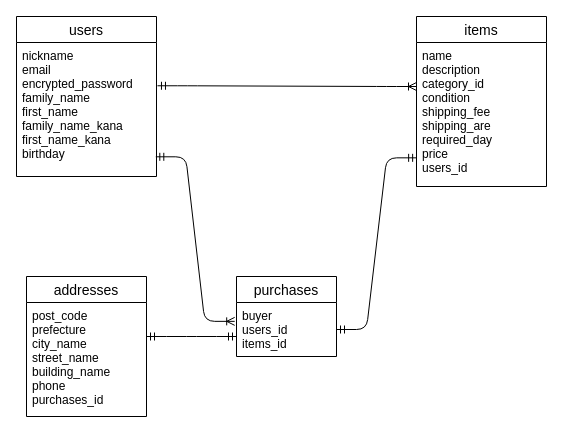
Earlier version of the draw.io diagram ER.dio (Hayashi-Satoki/furima-35238). Source tidied: cells renumbered, new cells numbered last; positions are measured from the earlier drawing's top-left corner, leaving out a move shared by most shapes. Both pictures are drawn from the tidied source at 100%, with x=0, y=0 at pixel (16, 16).
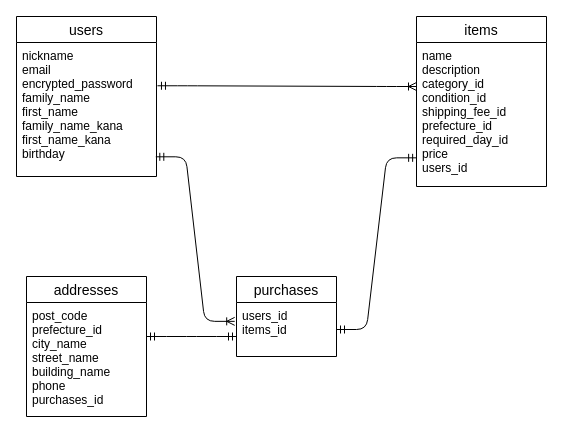
The same diagram, later.

What changed in the source:
```diff
@@
 <mxGraphModel>
   <root>
     <mxCell id="0" />
     <mxCell id="1" parent="0" />
     <mxCell id="2" value="users" style="swimlane;fontStyle=0;horizontal=1;startSize=26;align=center;fontSize=14;" parent="1" vertex="1">
       <mxGeometry width="140" height="160" as="geometry" />
     </mxCell>
     <mxCell id="3" value="nickname&#10;email&#10;encrypted_password&#10;family_name&#10;first_name&#10;family_name_kana&#10;first_name_kana&#10;birthday" style="text;strokeColor=none;fillColor=none;spacingLeft=4;spacingRight=4;overflow=hidden;points=[[0,0.5],[1,0.5]];portConstraint=eastwest;fontSize=12;" parent="2" vertex="1">
       <mxGeometry y="26" width="140" height="134" as="geometry" />
     </mxCell>
     <mxCell id="4" value="items" style="swimlane;fontStyle=0;horizontal=1;startSize=26;align=center;fontSize=14;" parent="1" vertex="1">
       <mxGeometry x="400" width="130" height="170" as="geometry" />
     </mxCell>
-    <mxCell id="5" value="name&#10;description&#10;category_id&#10;condition&#10;shipping_fee&#10;shipping_are&#10;required_day&#10;price&#10;users_id" style="text;strokeColor=none;fillColor=none;spacingLeft=4;spacingRight=4;overflow=hidden;points=[[0,0.5],[1,0.5]];portConstraint=eastwest;fontSize=12;" parent="4" vertex="1">
+    <mxCell id="5" value="name&#10;description&#10;category_id&#10;condition_id&#10;shipping_fee_id&#10;prefecture_id&#10;required_day_id&#10;price&#10;users_id" style="text;strokeColor=none;fillColor=none;spacingLeft=4;spacingRight=4;overflow=hidden;points=[[0,0.5],[1,0.5]];portConstraint=eastwest;fontSize=12;" parent="4" vertex="1">
       <mxGeometry y="26" width="130" height="144" as="geometry" />
     </mxCell>
     <mxCell id="6" value="purchases" style="swimlane;fontStyle=0;horizontal=1;startSize=26;align=center;fontSize=14;" parent="1" vertex="1">
       <mxGeometry x="220" y="260" width="100" height="80" as="geometry" />
     </mxCell>
-    <mxCell id="7" value="buyer&#10;users_id&#10;items_id" style="text;strokeColor=none;fillColor=none;spacingLeft=4;spacingRight=4;overflow=hidden;points=[[0,0.5],[1,0.5]];portConstraint=eastwest;fontSize=12;" parent="6" vertex="1">
+    <mxCell id="7" value="users_id&#10;items_id" style="text;strokeColor=none;fillColor=none;spacingLeft=4;spacingRight=4;overflow=hidden;points=[[0,0.5],[1,0.5]];portConstraint=eastwest;fontSize=12;" parent="6" vertex="1">
       <mxGeometry y="26" width="100" height="54" as="geometry" />
     </mxCell>
     <mxCell id="8" value="addresses" style="swimlane;fontStyle=0;horizontal=1;startSize=26;align=center;fontSize=14;" parent="1" vertex="1">
       <mxGeometry x="10" y="260" width="120" height="140" as="geometry" />
     </mxCell>
-    <mxCell id="9" value="post_code&#10;prefecture&#10;city_name&#10;street_name&#10;building_name&#10;phone&#10;purchases_id" style="text;strokeColor=none;fillColor=none;spacingLeft=4;spacingRight=4;overflow=hidden;fontSize=12;" parent="8" vertex="1">
+    <mxCell id="9" value="post_code&#10;prefecture_id&#10;city_name&#10;street_name&#10;building_name&#10;phone&#10;purchases_id" style="text;strokeColor=none;fillColor=none;spacingLeft=4;spacingRight=4;overflow=hidden;fontSize=12;" parent="8" vertex="1">
       <mxGeometry y="26" width="120" height="114" as="geometry" />
     </mxCell>
     <mxCell id="10" style="edgeStyle=entityRelationEdgeStyle;fontSize=12;html=1;endArrow=ERoneToMany;startArrow=ERmandOne;exitX=1.007;exitY=0.323;exitDx=0;exitDy=0;exitPerimeter=0;" parent="1" edge="1" source="3">
       <mxGeometry relative="1" as="geometry">
         <mxPoint x="400" y="70" as="targetPoint" />
       </mxGeometry>
     </mxCell>
     <mxCell id="11" style="edgeStyle=entityRelationEdgeStyle;fontSize=12;html=1;endArrow=ERoneToMany;startArrow=ERmandOne;entryX=-0.018;entryY=0.349;entryDx=0;entryDy=0;entryPerimeter=0;exitX=0.995;exitY=0.853;exitDx=0;exitDy=0;exitPerimeter=0;" parent="1" edge="1" source="3" target="7">
       <mxGeometry relative="1" as="geometry" />
     </mxCell>
     <mxCell id="12" style="edgeStyle=entityRelationEdgeStyle;fontSize=12;html=1;endArrow=ERmandOne;startArrow=ERmandOne;exitX=1;exitY=0.5;exitDx=0;exitDy=0;entryX=0.001;entryY=0.801;entryDx=0;entryDy=0;entryPerimeter=0;" parent="1" edge="1" source="7" target="5">
       <mxGeometry relative="1" as="geometry" />
     </mxCell>
     <mxCell id="13" style="edgeStyle=entityRelationEdgeStyle;fontSize=12;html=1;endArrow=ERmandOne;startArrow=ERmandOne;" parent="1" edge="1">
       <mxGeometry relative="1" as="geometry">
         <mxPoint x="130" y="320" as="sourcePoint" />
         <mxPoint x="220" y="320" as="targetPoint" />
       </mxGeometry>
     </mxCell>
   </root>
 </mxGraphModel>
```
